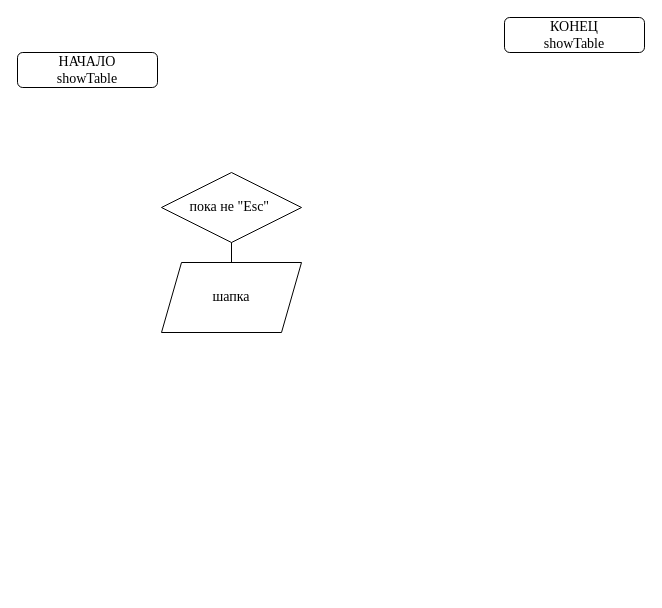
The draw.io diagram page "показать таблицу" (3 of 12) of 3_Sem/Algorithmization_and_programming/Coursework/docs/schemes/1.drawio in Khrommi69/SevSU_IS, before the edit. Source tidied: cells renumbered, new cells numbered last; positions are measured from the earlier drawing's top-left corner, leaving out a move shared by most shapes. Both pictures are drawn from the tidied source at 100%, with x=0, y=0 at pixel (17, 17).
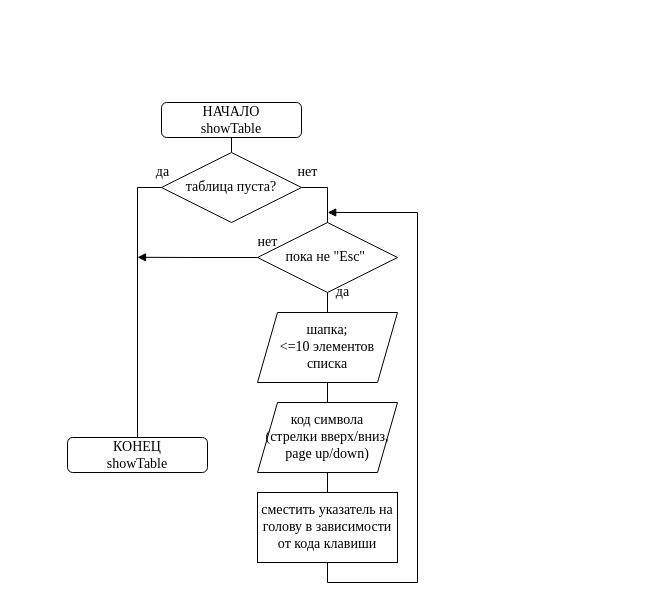
The same page after the edit.

Change to the diagram source:
```diff
@@
+    <mxCell id="7" style="edgeStyle=orthogonalEdgeStyle;rounded=0;jettySize=auto;html=1;exitX=0.5;exitY=1;exitDx=0;exitDy=0;entryX=0.5;entryY=0;entryDx=0;entryDy=0;endArrow=none;endFill=0;" parent="1" edge="1" source="2" target="12">
+      <mxGeometry relative="1" as="geometry" />
+    </mxCell>
     <mxCell id="2" value="&lt;span style=&quot;font-family: &amp;#34;times new roman&amp;#34; ; font-size: 14px&quot;&gt;НАЧАЛО&lt;br&gt;showTable&lt;br&gt;&lt;/span&gt;" style="rounded=1;whiteSpace=wrap;html=1;" parent="1" vertex="1">
-      <mxGeometry y="35" width="140" height="35" as="geometry" />
+      <mxGeometry x="144" y="85" width="140" height="35" as="geometry" />
     </mxCell>
     <mxCell id="3" value="&lt;span style=&quot;font-family: &amp;#34;times new roman&amp;#34; ; font-size: 14px&quot;&gt;КОНЕЦ&lt;/span&gt;&lt;br style=&quot;font-family: &amp;#34;times new roman&amp;#34; ; font-size: 14px&quot;&gt;&lt;span style=&quot;font-family: &amp;#34;times new roman&amp;#34; ; font-size: 14px&quot;&gt;showTable&lt;/span&gt;" style="rounded=1;whiteSpace=wrap;html=1;" parent="1" vertex="1">
-      <mxGeometry x="487" width="140" height="35" as="geometry" />
+      <mxGeometry x="50" y="420" width="140" height="35" as="geometry" />
     </mxCell>
+    <mxCell id="8" style="edgeStyle=orthogonalEdgeStyle;rounded=0;jettySize=auto;html=1;exitX=0.5;exitY=1;exitDx=0;exitDy=0;endArrow=none;endFill=0;" parent="1" edge="1" source="4" target="16">
+      <mxGeometry relative="1" as="geometry" />
+    </mxCell>
-    <mxCell id="4" value="шапка" style="shape=parallelogram;perimeter=parallelogramPerimeter;whiteSpace=wrap;html=1;fixedSize=1;strokeWidth=1;fontFamily=Times New Roman;fontSize=14;" parent="1" vertex="1">
-      <mxGeometry x="144" y="245" width="140" height="70" as="geometry" />
+    <mxCell id="4" value="шапка;&lt;br&gt;&amp;lt;=10 элементов&lt;br&gt;списка" style="shape=parallelogram;perimeter=parallelogramPerimeter;whiteSpace=wrap;html=1;fixedSize=1;strokeWidth=1;fontFamily=Times New Roman;fontSize=14;" parent="1" vertex="1">
+      <mxGeometry x="240" y="295" width="140" height="70" as="geometry" />
     </mxCell>
-    <mxCell id="5" style="edgeStyle=orthogonalEdgeStyle;rounded=0;jettySize=auto;html=1;exitX=0.5;exitY=1;exitDx=0;exitDy=0;endArrow=none;endFill=0;" parent="1" edge="1" source="6" target="4">
+    <mxCell id="5" style="edgeStyle=orthogonalEdgeStyle;rounded=0;jettySize=auto;html=1;exitX=0.5;exitY=1;exitDx=0;exitDy=0;entryX=0.5;entryY=0;entryDx=0;entryDy=0;endArrow=none;endFill=0;" parent="1" edge="1" source="6" target="4">
       <mxGeometry relative="1" as="geometry" />
     </mxCell>
+    <mxCell id="9" style="edgeStyle=orthogonalEdgeStyle;rounded=0;jettySize=auto;html=1;exitX=0;exitY=0.5;exitDx=0;exitDy=0;endArrow=block;endFill=1;" parent="1" edge="1" source="6">
+      <mxGeometry relative="1" as="geometry">
+        <mxPoint x="120" y="239.8" as="targetPoint" />
+      </mxGeometry>
+    </mxCell>
     <mxCell id="6" value="пока не &quot;Esc&quot;&amp;nbsp;" style="rhombus;whiteSpace=wrap;html=1;strokeWidth=1;fontFamily=Times New Roman;fontSize=14;" parent="1" vertex="1">
-      <mxGeometry x="144" y="155" width="140" height="70" as="geometry" />
+      <mxGeometry x="240" y="205" width="140" height="70" as="geometry" />
     </mxCell>
+    <mxCell id="10" style="edgeStyle=orthogonalEdgeStyle;rounded=0;jettySize=auto;html=1;exitX=1;exitY=0.5;exitDx=0;exitDy=0;entryX=0.5;entryY=0;entryDx=0;entryDy=0;endArrow=none;endFill=0;" parent="1" edge="1" source="12" target="6">
+      <mxGeometry relative="1" as="geometry" />
+    </mxCell>
+    <mxCell id="11" style="edgeStyle=orthogonalEdgeStyle;rounded=0;jettySize=auto;html=1;exitX=0;exitY=0.5;exitDx=0;exitDy=0;entryX=0.5;entryY=0;entryDx=0;entryDy=0;endArrow=none;endFill=0;" parent="1" edge="1" source="12" target="3">
+      <mxGeometry relative="1" as="geometry" />
+    </mxCell>
+    <mxCell id="12" value="таблица пуста?" style="rhombus;whiteSpace=wrap;html=1;strokeWidth=1;fontFamily=Times New Roman;fontSize=14;" parent="1" vertex="1">
+      <mxGeometry x="144" y="135" width="140" height="70" as="geometry" />
+    </mxCell>
+    <mxCell id="13" value="да" style="text;html=1;align=center;verticalAlign=middle;fontSize=14;fontFamily=Times New Roman;" parent="1" vertex="1">
+      <mxGeometry x="130" y="145" width="30" height="20" as="geometry" />
+    </mxCell>
+    <mxCell id="14" value="нет" style="text;html=1;align=center;verticalAlign=middle;fontSize=14;fontFamily=Times New Roman;" parent="1" vertex="1">
+      <mxGeometry x="270" y="145" width="40" height="20" as="geometry" />
+    </mxCell>
+    <mxCell id="15" style="edgeStyle=orthogonalEdgeStyle;rounded=0;jettySize=auto;html=1;exitX=0.5;exitY=1;exitDx=0;exitDy=0;entryX=0.5;entryY=0;entryDx=0;entryDy=0;endArrow=none;endFill=0;" parent="1" edge="1" source="16" target="18">
+      <mxGeometry relative="1" as="geometry" />
+    </mxCell>
+    <mxCell id="16" value="код символа&lt;br&gt;(стрелки вверх/вниз,&lt;br&gt;page up/down)" style="shape=parallelogram;perimeter=parallelogramPerimeter;whiteSpace=wrap;html=1;fixedSize=1;strokeWidth=1;fontFamily=Times New Roman;fontSize=14;" parent="1" vertex="1">
+      <mxGeometry x="240" y="385" width="140" height="70" as="geometry" />
+    </mxCell>
+    <mxCell id="17" style="edgeStyle=orthogonalEdgeStyle;rounded=0;jettySize=auto;html=1;exitX=0.5;exitY=1;exitDx=0;exitDy=0;endArrow=block;endFill=1;" parent="1" edge="1" source="18">
+      <mxGeometry relative="1" as="geometry">
+        <mxPoint x="310.2" y="195" as="targetPoint" />
+        <Array as="points">
+          <mxPoint x="310" y="565" />
+          <mxPoint x="400" y="565" />
+          <mxPoint x="400" y="195" />
+        </Array>
+      </mxGeometry>
+    </mxCell>
+    <mxCell id="18" value="сместить указатель на голову в зависимости от кода клавиши" style="rounded=0;whiteSpace=wrap;html=1;strokeWidth=1;fontFamily=Times New Roman;fontSize=14;" parent="1" vertex="1">
+      <mxGeometry x="240" y="475" width="140" height="70" as="geometry" />
+    </mxCell>
+    <mxCell id="19" value="да" style="text;html=1;align=center;verticalAlign=middle;fontSize=14;fontFamily=Times New Roman;" parent="1" vertex="1">
+      <mxGeometry x="310" y="265" width="30" height="20" as="geometry" />
+    </mxCell>
+    <mxCell id="20" value="нет" style="text;html=1;align=center;verticalAlign=middle;fontSize=14;fontFamily=Times New Roman;" parent="1" vertex="1">
+      <mxGeometry x="230" y="215" width="40" height="20" as="geometry" />
+    </mxCell>
```
